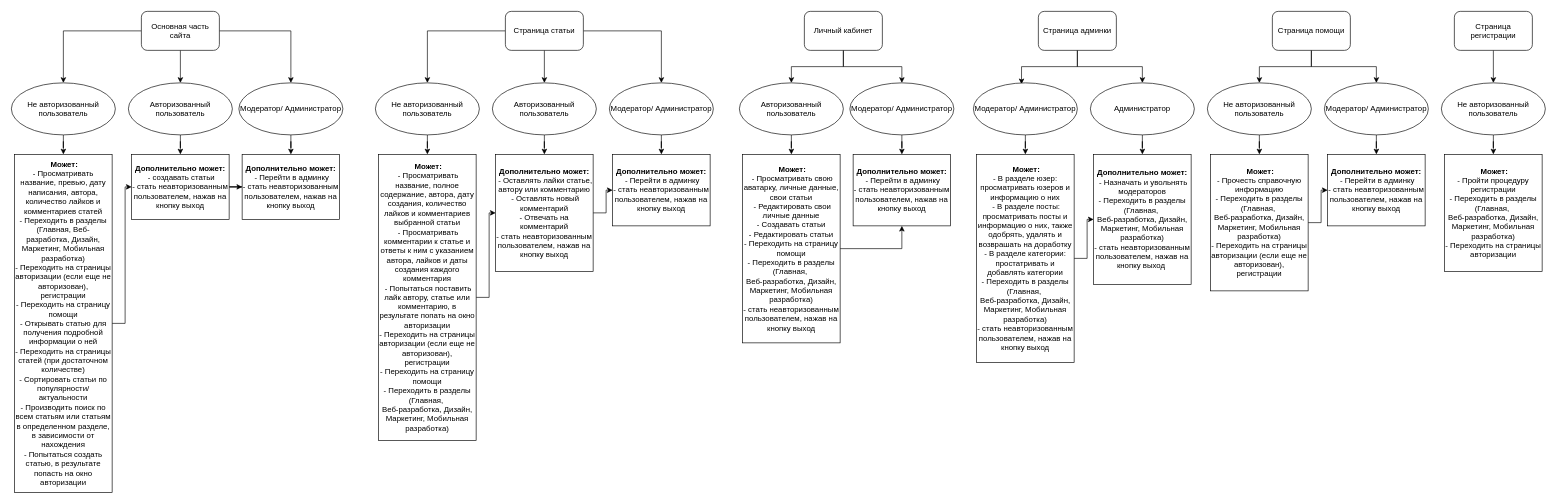
The draw.io diagram Untitled Diagram.drawio in eTcilopp/Agile_teamwork, before the edit. Source tidied: cells renumbered, new cells numbered last; positions are measured from the earlier drawing's top-left corner, leaving out a move shared by most shapes. Both pictures are drawn from the tidied source at 65%, with x=0, y=0 at pixel (11, 11).
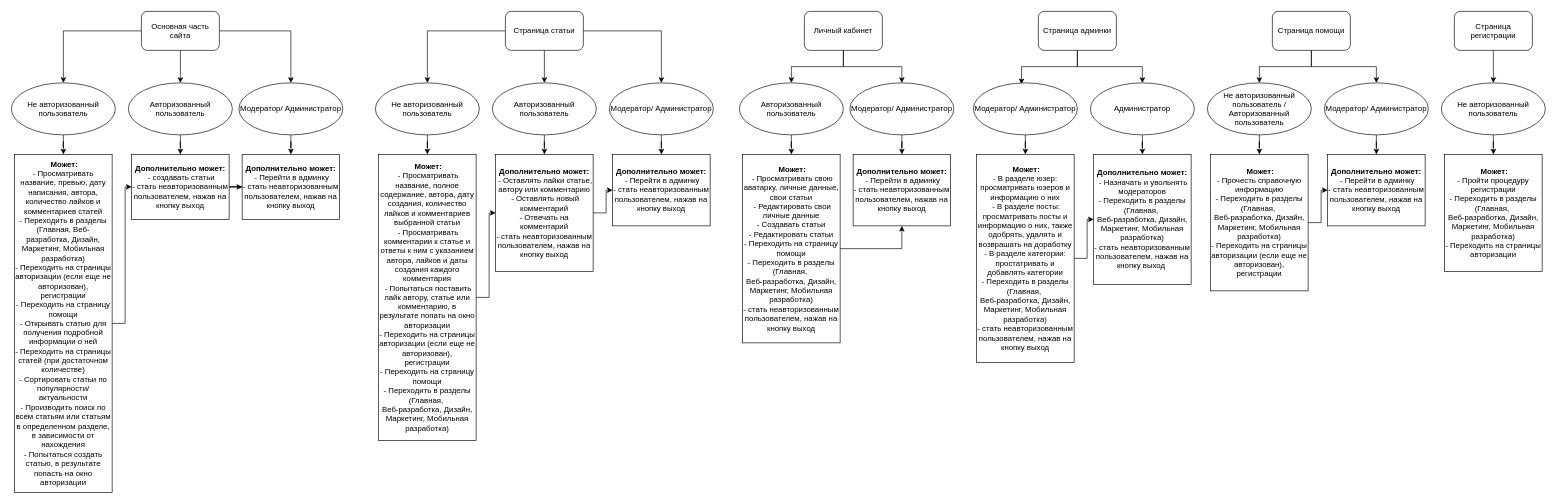
Above is the later version.

Diff of the diagram source:
```diff
@@
-    <mxCell id="58" value="Не авторизованный пользователь" style="ellipse;whiteSpace=wrap;html=1;" parent="1" vertex="1">
+    <mxCell id="58" value="Не авторизованный пользователь / Авторизованный пользователь" style="ellipse;whiteSpace=wrap;html=1;" parent="1" vertex="1">
       <mxGeometry x="1840" y="110" width="160" height="80" as="geometry" />
     </mxCell>
```
